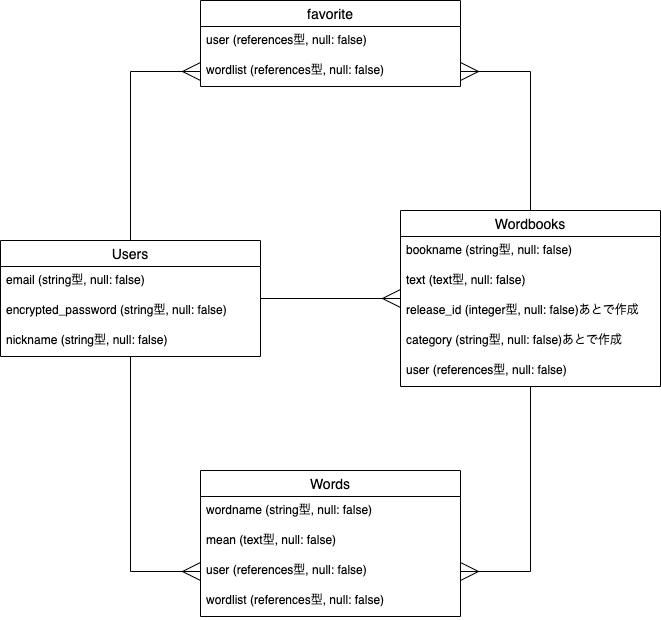
The draw.io diagram ER.drawio.png in take1412/wordbook_test, before a commit. Source tidied: cells renumbered, new cells last; positions are measured from the earlier drawing's top-left corner, leaving out a move shared by most shapes.
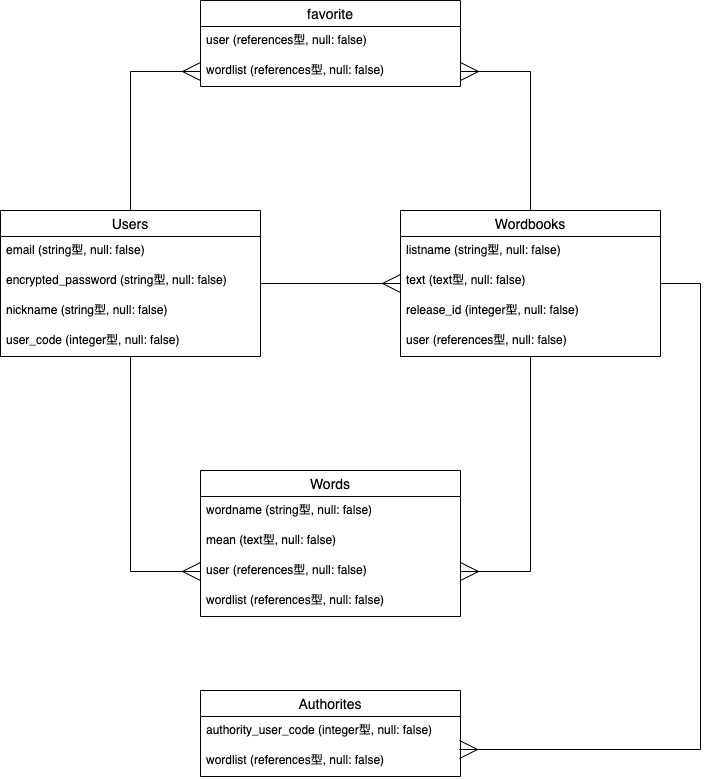
After the commit.

Change to the diagram source:
```diff
@@ -12,7 +12,7 @@
       <mxGeometry relative="1" as="geometry" />
     </mxCell>
     <mxCell id="5" value="Users" style="swimlane;fontStyle=0;horizontal=1;startSize=26;align=center;fontSize=14;" parent="1" vertex="1">
-      <mxGeometry y="240" width="260" height="116" as="geometry" />
+      <mxGeometry y="210" width="260" height="146" as="geometry" />
     </mxCell>
     <mxCell id="6" value="email (string型, null: false)" style="text;strokeColor=none;fillColor=none;spacingLeft=4;spacingRight=4;overflow=hidden;fontSize=12;" parent="5" vertex="1">
       <mxGeometry y="26" width="260" height="30" as="geometry" />
@@ -23,6 +23,9 @@
     <mxCell id="8" value="nickname (string型, null: false)" style="text;strokeColor=none;fillColor=none;spacingLeft=4;spacingRight=4;overflow=hidden;fontSize=12;" parent="5" vertex="1">
       <mxGeometry y="86" width="260" height="30" as="geometry" />
     </mxCell>
+    <mxCell id="25" value="user_code (integer型, null: false)" style="text;strokeColor=none;fillColor=none;spacingLeft=4;spacingRight=4;overflow=hidden;fontSize=12;" parent="5" vertex="1">
+      <mxGeometry y="116" width="260" height="30" as="geometry" />
+    </mxCell>
     <mxCell id="9" style="edgeStyle=orthogonalEdgeStyle;rounded=0;jettySize=auto;html=1;startSize=6;endArrow=ERmany;endFill=0;endSize=16;" parent="1" edge="1" source="11">
       <mxGeometry relative="1" as="geometry">
         <mxPoint x="460" y="571" as="targetPoint" />
@@ -34,23 +37,28 @@
     <mxCell id="10" style="edgeStyle=orthogonalEdgeStyle;rounded=0;jettySize=auto;html=1;entryX=1;entryY=0.5;entryDx=0;entryDy=0;endFill=0;endArrow=ERmany;endSize=16;startSize=6;" parent="1" edge="1" source="11" target="24">
       <mxGeometry relative="1" as="geometry" />
     </mxCell>
+    <mxCell id="26" style="edgeStyle=orthogonalEdgeStyle;rounded=0;jettySize=auto;html=1;entryX=0.996;entryY=1.1;entryDx=0;entryDy=0;entryPerimeter=0;endFill=0;endArrow=ERmany;endSize=16;startSize=6;" parent="1" edge="1" source="11" target="28">
+      <mxGeometry relative="1" as="geometry">
+        <Array as="points">
+          <mxPoint x="700" y="283" />
+          <mxPoint x="700" y="749" />
+        </Array>
+      </mxGeometry>
+    </mxCell>
     <mxCell id="11" value="Wordbooks" style="swimlane;fontStyle=0;horizontal=1;startSize=26;align=center;fontSize=14;" parent="1" vertex="1">
-      <mxGeometry x="400" y="210" width="260" height="176" as="geometry" />
+      <mxGeometry x="400" y="210" width="260" height="146" as="geometry" />
     </mxCell>
-    <mxCell id="12" value="bookname (string型, null: false)" style="text;strokeColor=none;fillColor=none;spacingLeft=4;spacingRight=4;overflow=hidden;fontSize=12;" parent="11" vertex="1">
+    <mxCell id="12" value="listname (string型, null: false)" style="text;strokeColor=none;fillColor=none;spacingLeft=4;spacingRight=4;overflow=hidden;fontSize=12;" parent="11" vertex="1">
       <mxGeometry y="26" width="260" height="30" as="geometry" />
     </mxCell>
     <mxCell id="13" value="text (text型, null: false)" style="text;strokeColor=none;fillColor=none;spacingLeft=4;spacingRight=4;overflow=hidden;fontSize=12;" parent="11" vertex="1">
       <mxGeometry y="56" width="260" height="30" as="geometry" />
     </mxCell>
-    <mxCell id="14" value="release_id (integer型, null: false)あとで作成" style="text;strokeColor=none;fillColor=none;spacingLeft=4;spacingRight=4;overflow=hidden;fontSize=12;" parent="11" vertex="1">
+    <mxCell id="14" value="release_id (integer型, null: false)" style="text;strokeColor=none;fillColor=none;spacingLeft=4;spacingRight=4;overflow=hidden;fontSize=12;" parent="11" vertex="1">
       <mxGeometry y="86" width="260" height="30" as="geometry" />
     </mxCell>
-    <mxCell id="15" value="category (string型, null: false)あとで作成" style="text;strokeColor=none;fillColor=none;spacingLeft=4;spacingRight=4;overflow=hidden;fontSize=12;" parent="11" vertex="1">
-      <mxGeometry y="116" width="260" height="30" as="geometry" />
-    </mxCell>
     <mxCell id="16" value="user (references型, null: false)" style="text;strokeColor=none;fillColor=none;spacingLeft=4;spacingRight=4;overflow=hidden;fontSize=12;" parent="11" vertex="1">
-      <mxGeometry y="146" width="260" height="30" as="geometry" />
+      <mxGeometry y="116" width="260" height="30" as="geometry" />
     </mxCell>
     <mxCell id="17" value="Words" style="swimlane;fontStyle=0;horizontal=1;startSize=26;align=center;fontSize=14;" parent="1" vertex="1">
       <mxGeometry x="200" y="470" width="260" height="146" as="geometry" />
@@ -76,5 +84,14 @@
     <mxCell id="24" value="wordlist (references型, null: false)" style="text;strokeColor=none;fillColor=none;spacingLeft=4;spacingRight=4;overflow=hidden;points=[[0,0.5],[1,0.5]];portConstraint=eastwest;fontSize=12;" parent="22" vertex="1">
       <mxGeometry y="56" width="260" height="30" as="geometry" />
     </mxCell>
+    <mxCell id="27" value="Authorites" style="swimlane;fontStyle=0;horizontal=1;startSize=26;align=center;fontSize=14;" parent="1" vertex="1">
+      <mxGeometry x="200" y="690" width="260" height="86" as="geometry" />
+    </mxCell>
+    <mxCell id="28" value="authority_user_code (integer型, null: false)" style="text;strokeColor=none;fillColor=none;spacingLeft=4;spacingRight=4;overflow=hidden;points=[[0,0.5],[1,0.5]];portConstraint=eastwest;fontSize=12;" parent="27" vertex="1">
+      <mxGeometry y="26" width="260" height="30" as="geometry" />
+    </mxCell>
+    <mxCell id="29" value="wordlist (references型, null: false)" style="text;strokeColor=none;fillColor=none;spacingLeft=4;spacingRight=4;overflow=hidden;fontSize=12;" parent="27" vertex="1">
+      <mxGeometry y="56" width="260" height="30" as="geometry" />
+    </mxCell>
   </root>
 </mxGraphModel>
```
